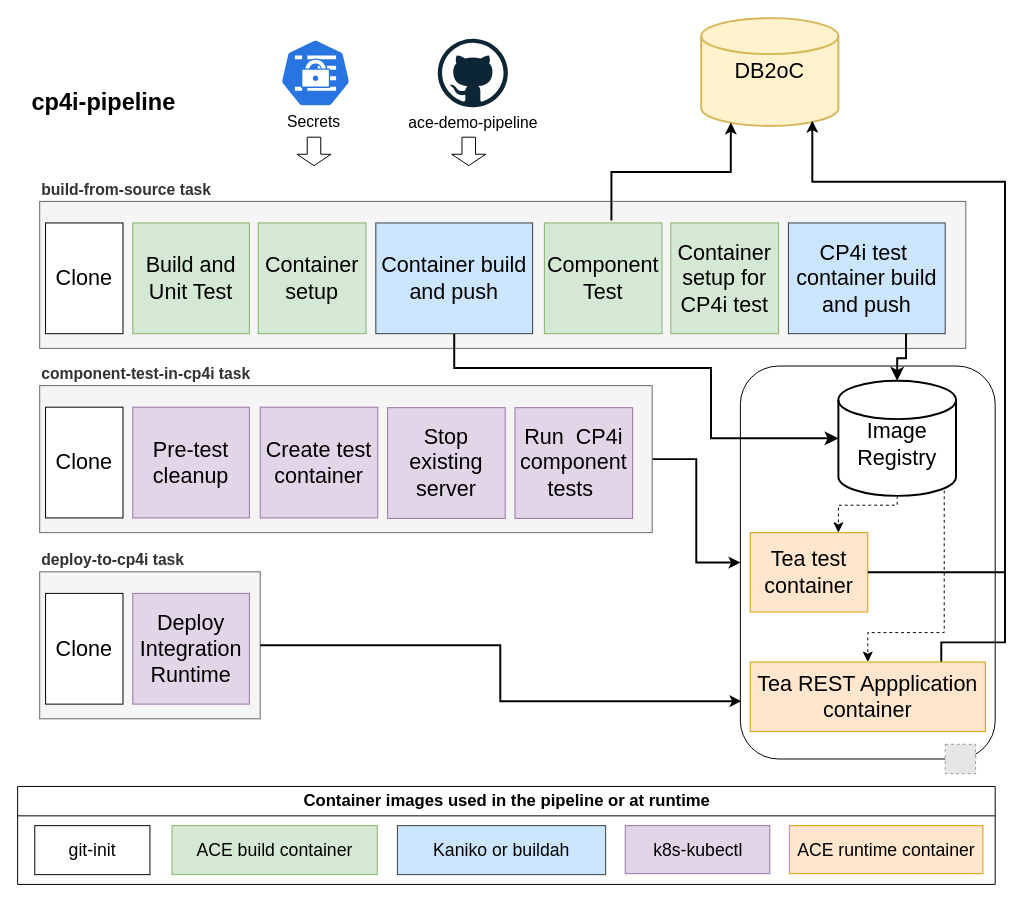
Earlier version of the draw.io diagram demo-infrastructure/images/tekton-cp4i-pipeline.drawio (ot4i/ace-demo-pipeline). Source tidied: cells renumbered, new cells numbered last; positions are measured from the earlier drawing's top-left corner, leaving out a move shared by most shapes. Both pictures are drawn from the tidied source at 98%, with x=0, y=0 at pixel (17, 18). Pictures stored in the file or linked from it are replaced by grey dashed boxes.
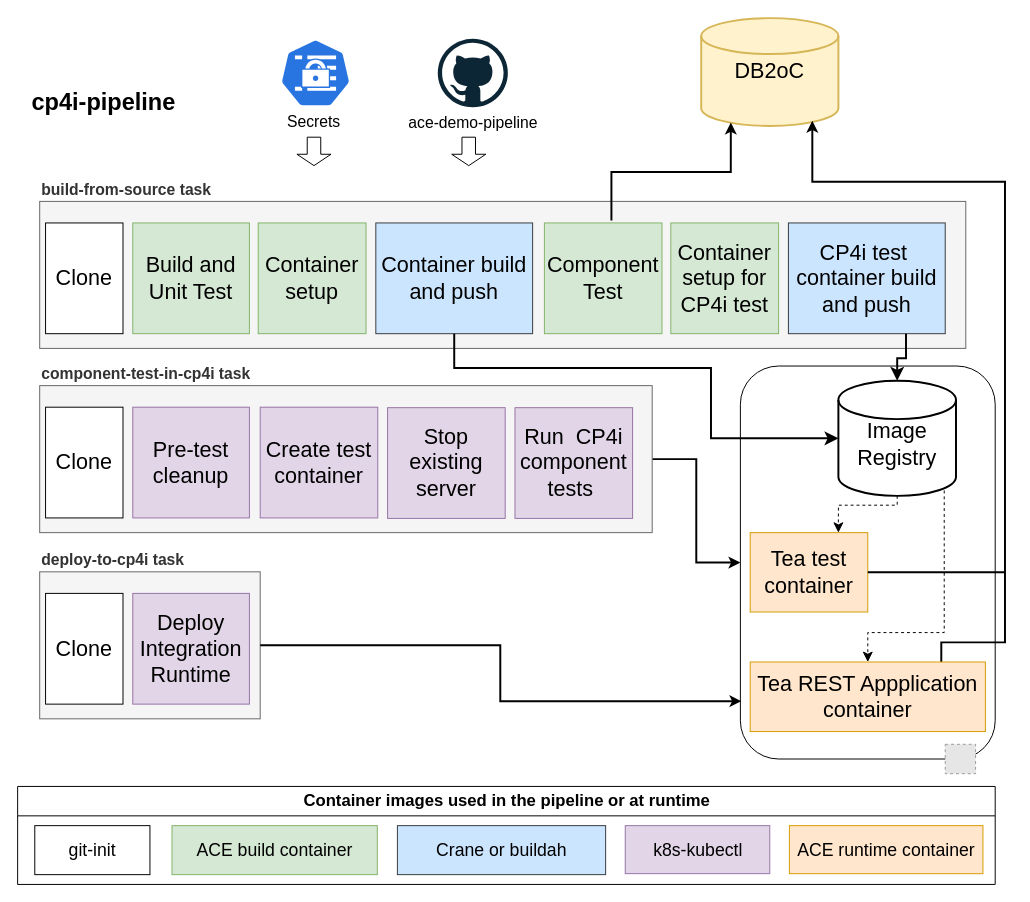
After the change.

The change refers to these unchanged cells:
```xml
<mxCell id="21" value="Container images used in the pipeline or at runtime" style="swimlane;whiteSpace=wrap;html=1;startSize=30;fontSize=17;" parent="1" vertex="1">
  <mxGeometry x="0.5" y="784" width="997.5" height="100" as="geometry" />
</mxCell>
```

What changed in the source:
```diff
@@
-    <mxCell id="24" value="Kaniko or buildah" style="rounded=0;whiteSpace=wrap;html=1;fontSize=18;fillColor=#cce5ff;strokeColor=#36393d;" parent="21" vertex="1">
+    <mxCell id="24" value="Crane or buildah" style="rounded=0;whiteSpace=wrap;html=1;fontSize=18;fillColor=#cce5ff;strokeColor=#36393d;" parent="21" vertex="1">
       <mxGeometry x="387.5" y="40" width="212.5" height="50" as="geometry" />
     </mxCell>
```
